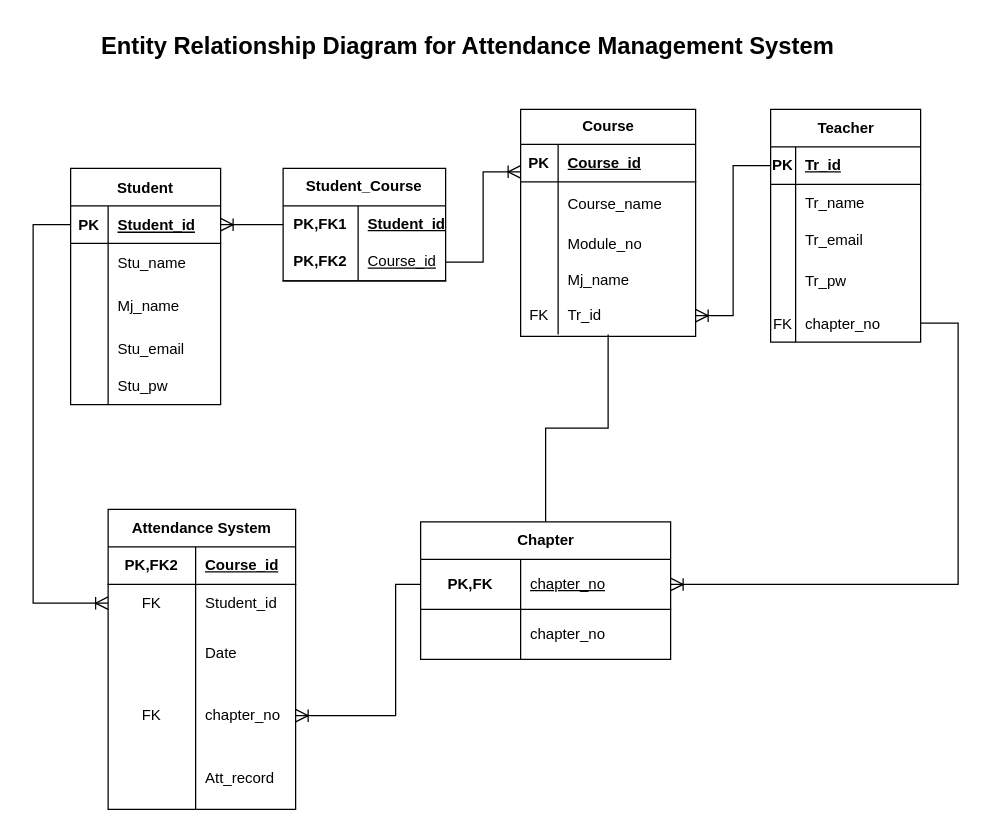
This is ER.drawio from KhunMaungNgwee/InternShipProject, a draw.io file, before an edit. Source tidied: cells renumbered, new cells numbered last; positions are measured from the earlier drawing's top-left corner, leaving out a move shared by most shapes. Both pictures are drawn from the tidied source at 125%, with x=0, y=0 at pixel (32, 21).
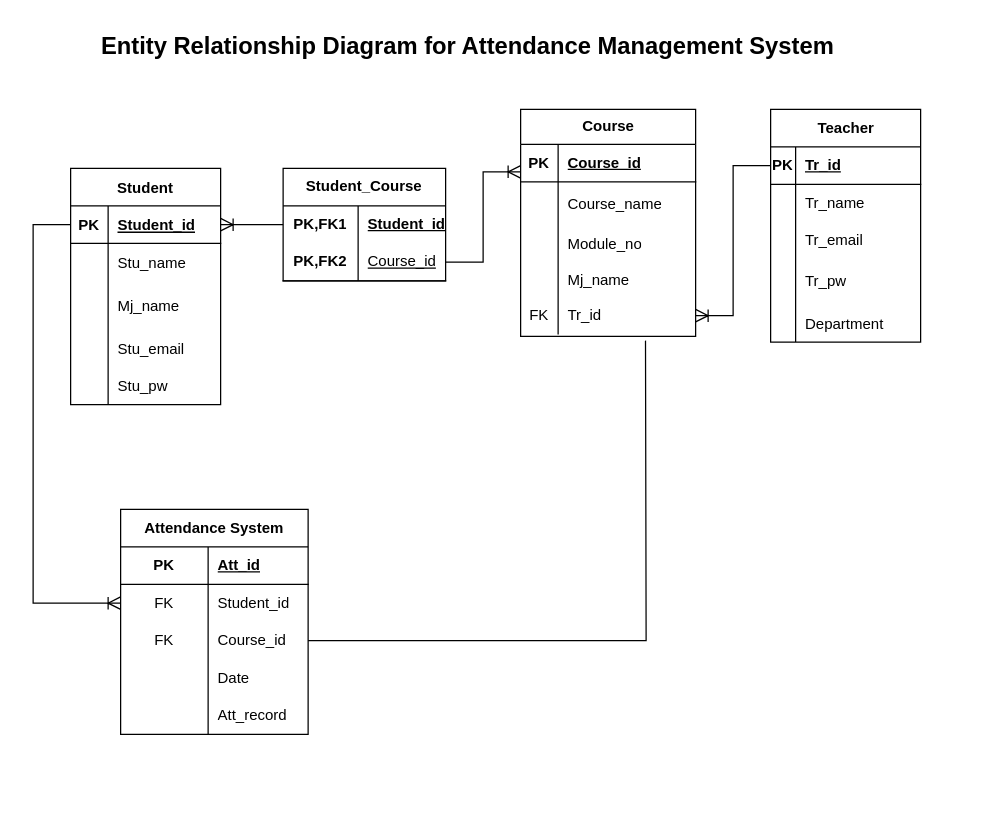
The same page after the edit.

The change refers to these unchanged cells:
```xml
<mxCell id="31" style="shape=tableRow;horizontal=0;startSize=0;swimlaneHead=0;swimlaneBody=0;fillColor=none;points=[[0,0.5],[1,0.5]];portConstraint=eastwest;top=0;left=0;right=0;bottom=0;" parent="18" vertex="1">
  <mxGeometry y="150" width="140" height="30" as="geometry" />
</mxCell>
<mxCell id="35" style="shape=tableRow;horizontal=0;startSize=0;swimlaneHead=0;swimlaneBody=0;fillColor=none;top=0;left=0;right=0;bottom=1;html=1;" parent="34" vertex="1">
  <mxGeometry y="30" width="150" height="30" as="geometry" />
</mxCell>
<mxCell id="63" style="shape=tableRow;horizontal=0;startSize=0;swimlaneHead=0;swimlaneBody=0;fillColor=none;points=[[0,0.5],[1,0.5]];portConstraint=eastwest;top=0;left=0;right=0;bottom=0;" parent="50" vertex="1">
  <mxGeometry y="156" width="120" height="30" as="geometry" />
</mxCell>
```

What changed in the source:
```diff
@@
     <mxCell id="34" value="&lt;span style=&quot;text-wrap: nowrap;&quot;&gt;Attendance System&lt;/span&gt;" style="shape=table;startSize=30;childLayout=tableLayout;rowLines=0;fontStyle=1;align=center;html=1;whiteSpace=wrap;flipV=0;" parent="1" vertex="1">
-      <mxGeometry x="60" y="390" width="150" height="240" as="geometry" />
+      <mxGeometry x="70" y="390" width="150" height="180" as="geometry" />
     </mxCell>
@@
-    <mxCell id="36" value="PK,FK2" style="shape=partialRectangle;fillColor=none;top=0;left=0;bottom=0;right=0;fontStyle=1;overflow=hidden;html=1;whiteSpace=wrap;" parent="35" vertex="1">
+    <mxCell id="36" value="PK" style="shape=partialRectangle;fillColor=none;top=0;left=0;bottom=0;right=0;fontStyle=1;overflow=hidden;html=1;whiteSpace=wrap;" parent="35" vertex="1">
       <mxGeometry width="70" height="30" as="geometry" />
     </mxCell>
-    <mxCell id="37" value="Course_id" style="shape=partialRectangle;fillColor=none;top=0;left=0;bottom=0;right=0;align=left;spacingLeft=6;fontStyle=5;overflow=hidden;html=1;whiteSpace=wrap;" parent="35" vertex="1">
+    <mxCell id="37" value="Att_id" style="shape=partialRectangle;fillColor=none;top=0;left=0;bottom=0;right=0;align=left;spacingLeft=6;fontStyle=5;overflow=hidden;html=1;whiteSpace=wrap;" parent="35" vertex="1">
       <mxGeometry x="70" width="80" height="30" as="geometry" />
     </mxCell>
@@
+    <mxCell id="88" style="shape=tableRow;horizontal=0;startSize=0;swimlaneHead=0;swimlaneBody=0;fillColor=none;points=[[0,0.5],[1,0.5]];portConstraint=eastwest;top=0;left=0;right=0;bottom=0;" parent="34" vertex="1">
+      <mxGeometry y="90" width="150" height="30" as="geometry" />
+    </mxCell>
+    <mxCell id="89" value="FK" style="shape=partialRectangle;fillColor=none;top=0;left=0;bottom=0;right=0;fontStyle=0;overflow=hidden;whiteSpace=wrap;html=1;" parent="88" vertex="1">
+      <mxGeometry width="70" height="30" as="geometry" />
+    </mxCell>
+    <mxCell id="90" value="Course_id" style="shape=partialRectangle;fillColor=none;top=0;left=0;bottom=0;right=0;align=left;spacingLeft=6;fontStyle=0;overflow=hidden;whiteSpace=wrap;html=1;" parent="88" vertex="1">
+      <mxGeometry x="70" width="80" height="30" as="geometry" />
+    </mxCell>
     <mxCell id="41" style="shape=tableRow;horizontal=0;startSize=0;swimlaneHead=0;swimlaneBody=0;fillColor=none;top=0;left=0;right=0;bottom=0;html=1;" parent="34" vertex="1">
-      <mxGeometry y="90" width="150" height="50" as="geometry" />
+      <mxGeometry y="120" width="150" height="30" as="geometry" />
     </mxCell>
     <mxCell id="42" style="shape=partialRectangle;fillColor=none;top=0;left=0;bottom=0;right=0;overflow=hidden;html=1;whiteSpace=wrap;" parent="41" vertex="1">
-      <mxGeometry width="70" height="50" as="geometry" />
+      <mxGeometry width="70" height="30" as="geometry" />
     </mxCell>
     <mxCell id="43" value="Date" style="shape=partialRectangle;fillColor=none;top=0;left=0;bottom=0;right=0;align=left;spacingLeft=6;overflow=hidden;html=1;whiteSpace=wrap;" parent="41" vertex="1">
-      <mxGeometry x="70" width="80" height="50" as="geometry" />
+      <mxGeometry x="70" width="80" height="30" as="geometry" />
     </mxCell>
-    <mxCell id="44" style="shape=tableRow;horizontal=0;startSize=0;swimlaneHead=0;swimlaneBody=0;fillColor=none;points=[[0,0.5],[1,0.5]];portConstraint=eastwest;top=0;left=0;right=0;bottom=0;html=1;" parent="34" vertex="1">
-      <mxGeometry y="140" width="150" height="50" as="geometry" />
-    </mxCell>
-    <mxCell id="45" value="FK" style="shape=partialRectangle;fillColor=none;top=0;left=0;bottom=0;right=0;overflow=hidden;html=1;whiteSpace=wrap;" parent="44" vertex="1">
-      <mxGeometry width="70" height="50" as="geometry" />
-    </mxCell>
-    <mxCell id="46" value="chapter_no" style="shape=partialRectangle;fillColor=none;top=0;left=0;bottom=0;right=0;align=left;spacingLeft=6;overflow=hidden;html=1;whiteSpace=wrap;" parent="44" vertex="1">
-      <mxGeometry x="70" width="80" height="50" as="geometry" />
-    </mxCell>
     <mxCell id="47" style="shape=tableRow;horizontal=0;startSize=0;swimlaneHead=0;swimlaneBody=0;fillColor=none;top=0;left=0;right=0;bottom=0;html=1;" parent="34" vertex="1">
-      <mxGeometry y="190" width="150" height="50" as="geometry" />
+      <mxGeometry y="150" width="150" height="30" as="geometry" />
     </mxCell>
     <mxCell id="48" style="shape=partialRectangle;fillColor=none;top=0;left=0;bottom=0;right=0;overflow=hidden;html=1;whiteSpace=wrap;" parent="47" vertex="1">
-      <mxGeometry width="70" height="50" as="geometry" />
+      <mxGeometry width="70" height="30" as="geometry" />
     </mxCell>
     <mxCell id="49" value="Att_record" style="shape=partialRectangle;fillColor=none;top=0;left=0;bottom=0;right=0;align=left;spacingLeft=6;overflow=hidden;html=1;whiteSpace=wrap;" parent="47" vertex="1">
-      <mxGeometry x="70" width="80" height="50" as="geometry" />
+      <mxGeometry x="70" width="80" height="30" as="geometry" />
     </mxCell>
@@
-    <mxCell id="64" value="FK" style="shape=partialRectangle;fillColor=none;top=0;left=0;bottom=0;right=0;overflow=hidden;" parent="63" vertex="1">
-      <mxGeometry width="20" height="30" as="geometry" />
-    </mxCell>
-    <mxCell id="65" value="chapter_no" style="shape=partialRectangle;fillColor=none;top=0;left=0;bottom=0;right=0;align=left;spacingLeft=6;overflow=hidden;" parent="63" vertex="1">
-      <mxGeometry x="20" width="100" height="30" as="geometry" />
-    </mxCell>
-    <mxCell id="66" value="Chapter" style="shape=table;startSize=30;childLayout=tableLayout;rowLines=0;fontStyle=1;align=center;html=1;" parent="1" vertex="1">
-      <mxGeometry x="310" y="400" width="200" height="110" as="geometry" />
-    </mxCell>
-    <mxCell id="67" style="shape=tableRow;horizontal=0;startSize=0;swimlaneHead=0;swimlaneBody=0;fillColor=none;points=[[0,0.5],[1,0.5]];portConstraint=eastwest;top=0;left=0;right=0;bottom=1;" parent="66" vertex="1">
-      <mxGeometry y="30" width="200" height="40" as="geometry" />
-    </mxCell>
-    <mxCell id="68" value="PK,FK" style="shape=partialRectangle;fillColor=none;top=0;left=0;bottom=0;right=0;fontStyle=1;overflow=hidden;whiteSpace=wrap;html=1;" parent="67" vertex="1">
-      <mxGeometry width="80" height="40" as="geometry" />
-    </mxCell>
-    <mxCell id="69" value="&lt;span style=&quot;font-weight: 400;&quot;&gt;chapter_no&lt;/span&gt;" style="shape=partialRectangle;fillColor=none;top=0;left=0;bottom=0;right=0;align=left;spacingLeft=6;fontStyle=5;overflow=hidden;whiteSpace=wrap;html=1;" parent="67" vertex="1">
-      <mxGeometry x="80" width="120" height="40" as="geometry" />
-    </mxCell>
-    <mxCell id="70" style="shape=tableRow;horizontal=0;startSize=0;swimlaneHead=0;swimlaneBody=0;fillColor=none;top=0;left=0;right=0;bottom=0;" parent="66" vertex="1">
-      <mxGeometry y="70" width="200" height="40" as="geometry" />
-    </mxCell>
-    <mxCell id="71" style="shape=partialRectangle;fillColor=none;top=0;left=0;bottom=0;right=0;overflow=hidden;whiteSpace=wrap;html=1;" parent="70" vertex="1">
-      <mxGeometry width="80" height="40" as="geometry" />
-    </mxCell>
-    <mxCell id="72" value="chapter_no" style="shape=partialRectangle;fillColor=none;top=0;left=0;bottom=0;right=0;align=left;spacingLeft=6;overflow=hidden;whiteSpace=wrap;html=1;" parent="70" vertex="1">
-      <mxGeometry x="80" width="120" height="40" as="geometry" />
-    </mxCell>
-    <mxCell id="73" style="edgeStyle=elbowEdgeStyle;fontSize=12;html=1;endArrow=ERoneToMany;rounded=0;startSize=8;endSize=8;entryX=1;entryY=0.5;entryDx=0;entryDy=0;exitX=1;exitY=0.5;exitDx=0;exitDy=0;" parent="1" edge="1" source="63" target="67">
-      <mxGeometry relative="1" as="geometry">
-        <Array as="points">
-          <mxPoint x="740" y="360" />
-        </Array>
-      </mxGeometry>
-    </mxCell>
-    <mxCell id="74" style="edgeStyle=orthogonalEdgeStyle;fontSize=12;html=1;endArrow=ERoneToMany;rounded=0;startSize=8;endSize=8;exitX=0;exitY=0.5;exitDx=0;exitDy=0;" parent="1" edge="1" source="67" target="44">
-      <mxGeometry relative="1" as="geometry">
-        <Array as="points">
-          <mxPoint x="290" y="450" />
-          <mxPoint x="290" y="555" />
-        </Array>
-      </mxGeometry>
-    </mxCell>
+    <mxCell id="91" style="shape=partialRectangle;fillColor=none;top=0;left=0;bottom=0;right=0;overflow=hidden;" parent="63" vertex="1">
+      <mxGeometry width="20" height="30" as="geometry" />
+    </mxCell>
+    <mxCell id="92" value="Department" style="shape=partialRectangle;fillColor=none;top=0;left=0;bottom=0;right=0;align=left;spacingLeft=6;overflow=hidden;" parent="63" vertex="1">
+      <mxGeometry x="20" width="100" height="30" as="geometry" />
+    </mxCell>
@@
-    <mxCell id="76" style="endArrow=none;html=1;rounded=0;fontSize=12;startSize=8;endSize=8;exitX=0.5;exitY=0;exitDx=0;exitDy=0;edgeStyle=elbowEdgeStyle;elbow=vertical;" parent="1" edge="1" source="66" target="31">
-      <mxGeometry relative="1" as="geometry" />
-    </mxCell>
@@
+    <mxCell id="93" style="endArrow=none;html=1;rounded=0;edgeStyle=orthogonalEdgeStyle;entryX=0.571;entryY=1.333;entryDx=0;entryDy=0;entryPerimeter=0;exitX=1;exitY=0.5;exitDx=0;exitDy=0;" parent="1" edge="1" source="88">
+      <mxGeometry relative="1" as="geometry">
+        <mxPoint x="489.9" y="255" as="targetPoint" />
+      </mxGeometry>
+    </mxCell>
```
